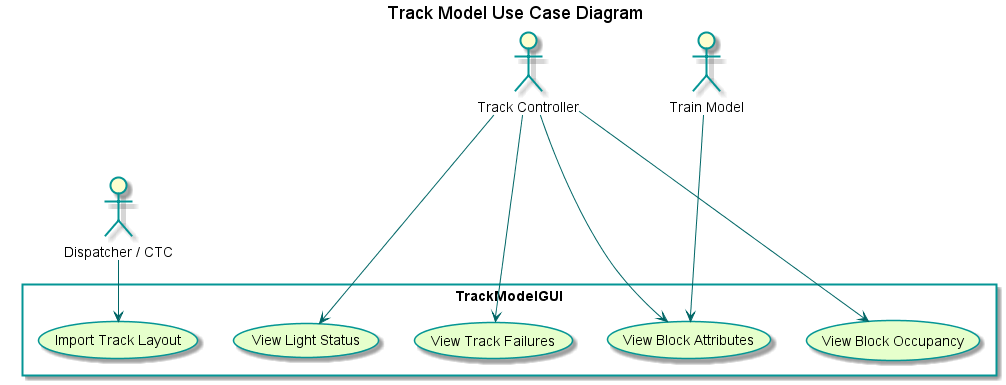
The PlantUML diagram TrainSystem/yUML/Usecase Diagrams/TrackModelUseCaseDiagram.png in kevingilboy/COE1186, before a commit.
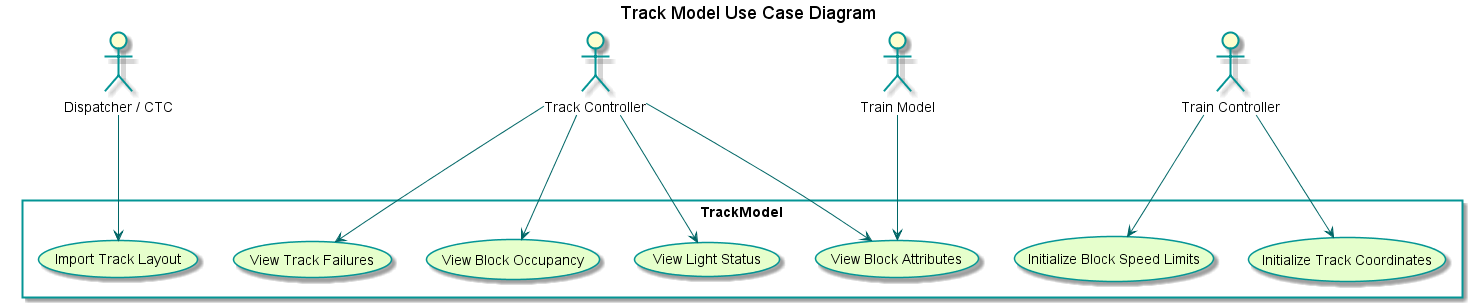
After the commit.

The edit, as a diff of the source:
```diff
@@ -10,20 +10,25 @@
 :Dispatcher / CTC: as d
 :Track Controller: as tkc
 :Train Model: as tnm
+:Train Controller: as trc
 
-rectangle TrackModelGUI{
+rectangle TrackModel{
 	(Import Track Layout)
 	(View Block Attributes)
 	(View Track Failures)
 	(View Block Occupancy)
 	(View Light Status)
+	(Initialize Block Speed Limits)
+	(Initialize Track Coordinates)
 }
 
-d --> (Import Track Layout)
+d ---> (Import Track Layout)
 tkc ---> (View Block Attributes)
 tkc ---> (View Track Failures)
 tkc ---> (View Block Occupancy)
 tkc ---> (View Light Status)
 tnm ---> (View Block Attributes)
+trc ---> (Initialize Block Speed Limits)
+trc ---> (Initialize Track Coordinates)
 
 @enduml
```
